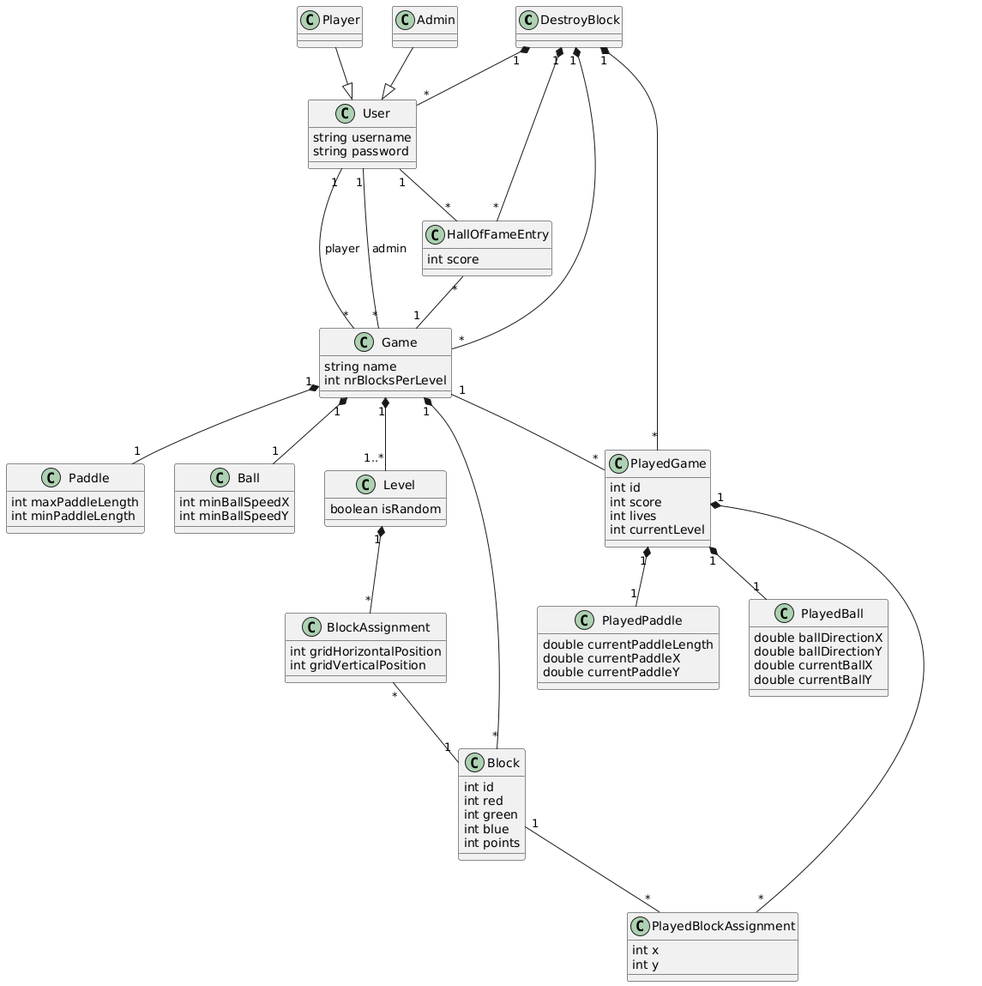
Charlotte-Verbruggen/GoldenUMLmodelset keeps this PlantUML diagram as dataset/DestroyBlockGame/plantuml.png. Above is the earlier version. Its diagram source:
```plantuml
@startuml
class DestroyBlock {}

class User {
    string username
    string password
}

class BlockAssignment {
    int gridHorizontalPosition
    int gridVerticalPosition
}

class Level {
    boolean isRandom
}

class Game {
    string name
    int nrBlocksPerLevel
}

class Block {
    int id
    int red
    int green
    int blue
    int points
}

class Paddle {
    int maxPaddleLength
    int minPaddleLength
}

class Ball {
    int minBallSpeedX
    int minBallSpeedY
}

class HallOfFameEntry {
    int score
}

class PlayedGame {
    int id
    int score
    int lives
    int currentLevel
}

class PlayedBall {
    double ballDirectionX
    double ballDirectionY
    double currentBallX
    double currentBallY
}

class PlayedPaddle {
    double currentPaddleLength
    double currentPaddleX
    double currentPaddleY
}

class PlayedBlockAssignment {
    int x
    int y
}

class Player {}
class Admin {}

DestroyBlock "1" *-- "*" User
DestroyBlock "1" *-- "*" Game
DestroyBlock "1" *-- "*" PlayedGame
DestroyBlock "1" *-- "*" HallOfFameEntry

Game "1" *-- "*" Block
Game "1" *-- "1" Paddle
Game "1" *-- "1" Ball
Game "1" *-- "1..*" Level

Level "1" *-- "*" BlockAssignment

PlayedGame "1" *-- "*" PlayedBlockAssignment
PlayedGame "1" *-- "1" PlayedPaddle
PlayedGame "1" *-- "1" PlayedBall

Player --|> User
Admin  --|> User

User "1" -- "*" Game : admin
User "1" -- "*" Game : player

BlockAssignment "*" -- "1" Block
User "1" -- "*" HallOfFameEntry
HallOfFameEntry "*" -- "1" Game
Game "1" -- "*" PlayedGame
Block "1" -- "*" PlayedBlockAssignment
@enduml
```
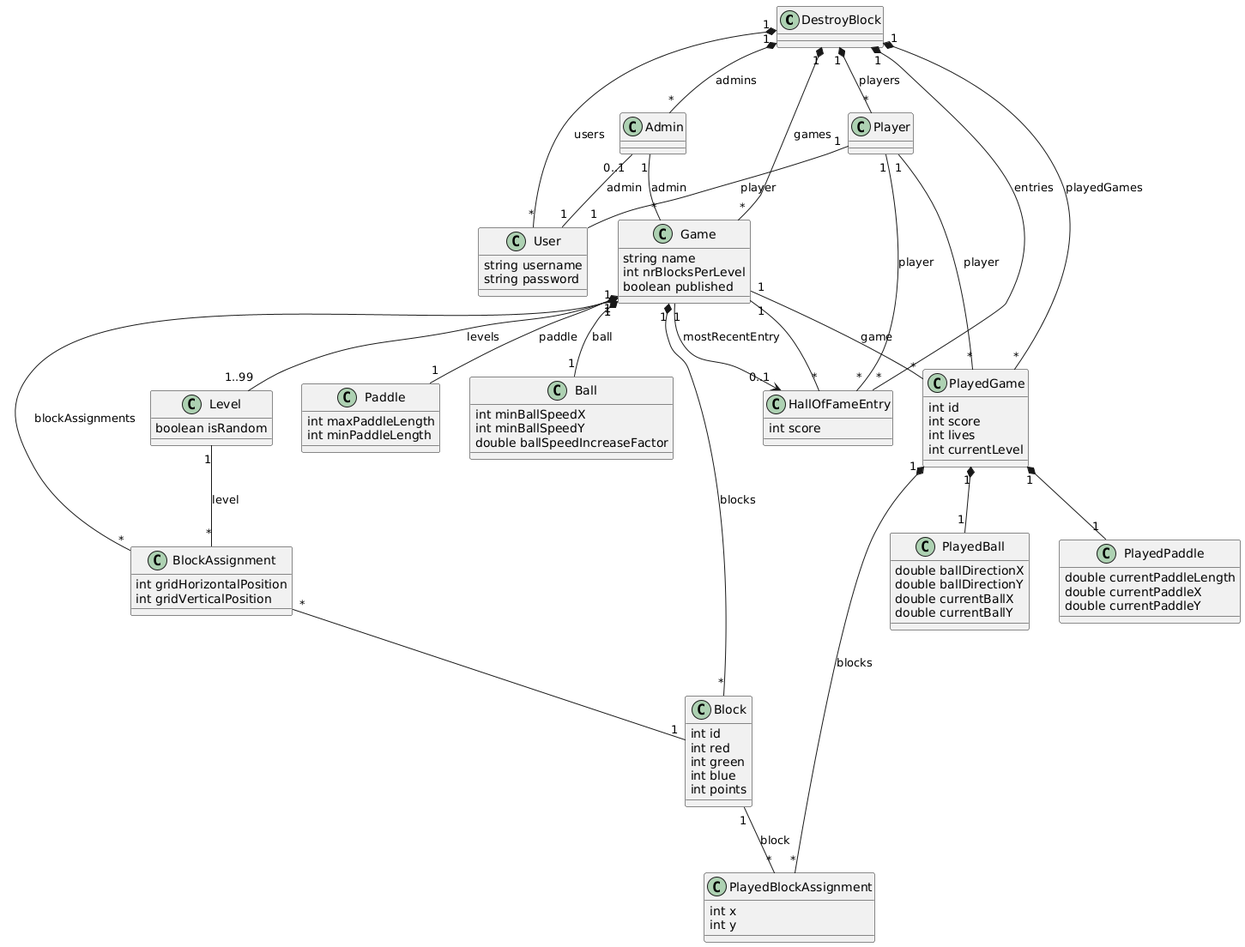
Above is the later version.

What changed in the source:
```diff
@@ -18,6 +18,7 @@
 class Game {
     string name
     int nrBlocksPerLevel
+    boolean published
 }
 
 class Block {
@@ -36,6 +37,7 @@
 class Ball {
     int minBallSpeedX
     int minBallSpeedY
+    double ballSpeedIncreaseFactor
 }
 
 class HallOfFameEntry {
@@ -70,31 +72,38 @@
 class Player {}
 class Admin {}
 
-DestroyBlock "1" *-- "*" User
-DestroyBlock "1" *-- "*" Game
-DestroyBlock "1" *-- "*" PlayedGame
-DestroyBlock "1" *-- "*" HallOfFameEntry
+DestroyBlock "1" *-- "*" User : users
+DestroyBlock "1" *-- "*" Admin : admins
+DestroyBlock "1" *-- "*" Player : players
+DestroyBlock "1" *-- "*" Game : games
+DestroyBlock "1" *-- "*" PlayedGame : playedGames
+DestroyBlock "1" *-- "*" HallOfFameEntry : entries
 
-Game "1" *-- "*" Block
-Game "1" *-- "1" Paddle
-Game "1" *-- "1" Ball
-Game "1" *-- "1..*" Level
+Game "1" *-- "*" Block : blocks
+Game "1" *-- "1" Paddle : paddle
+Game "1" *-- "1" Ball : ball
+Game "1" *-- "1..99" Level : levels
+Game "1" *-- "*" BlockAssignment : blockAssignments
+Game "1" --> "0..1" HallOfFameEntry : mostRecentEntry
+Game "1" -- "*" PlayedGame : game
 
-Level "1" *-- "*" BlockAssignment
+Level "1" -- "*" BlockAssignment : level
 
-PlayedGame "1" *-- "*" PlayedBlockAssignment
+PlayedGame "1" *-- "*" PlayedBlockAssignment : blocks
 PlayedGame "1" *-- "1" PlayedPaddle
 PlayedGame "1" *-- "1" PlayedBall
 
-Player --|> User
-Admin  --|> User
+Player "1" -- "1" User : player
+Player "1" -- "*" PlayedGame : player
+Player "1" -- "*" HallOfFameEntry : player
+Admin "0..1" -- "1" User : admin
 
-User "1" -- "*" Game : admin
-User "1" -- "*" Game : player
+Admin "1" -- "*" Game : admin
+
+
 
 BlockAssignment "*" -- "1" Block
-User "1" -- "*" HallOfFameEntry
 HallOfFameEntry "*" -- "1" Game
-Game "1" -- "*" PlayedGame
-Block "1" -- "*" PlayedBlockAssignment
+
+Block "1" -- "*" PlayedBlockAssignment : block
 @enduml
```
